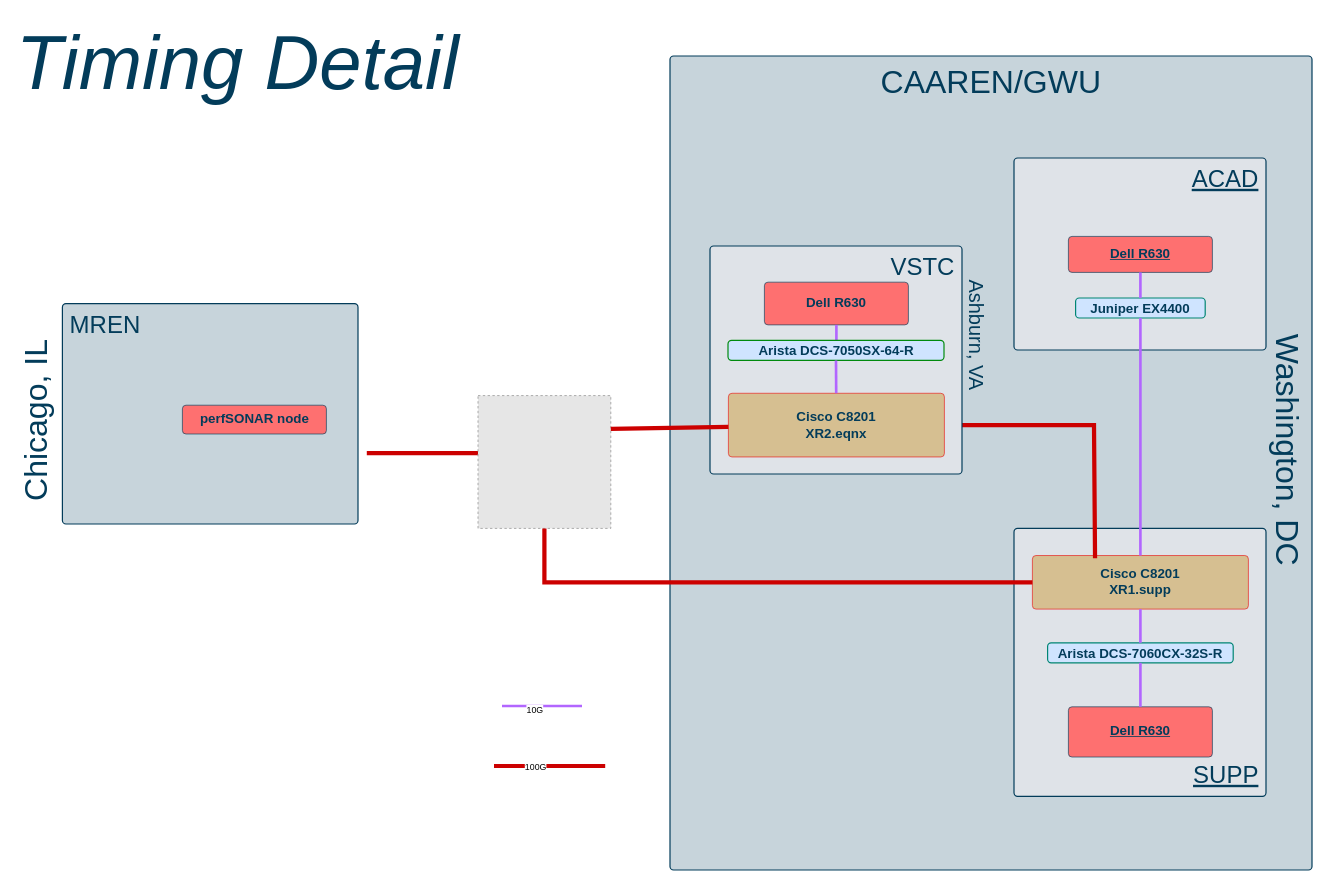
Earlier version of the draw.io diagram page "Timing Detail" (4 of 4) of Docs/diagrams/preso_diags.drawio (gwit-rts/SC26). Source tidied: cells renumbered, new cells numbered last; positions are measured from the earlier drawing's top-left corner, leaving out a move shared by most shapes. Both pictures are drawn from the tidied source at 80%, with x=0, y=0 at pixel (-70, 14). Pictures stored in the file or linked from it are replaced by grey dashed boxes.
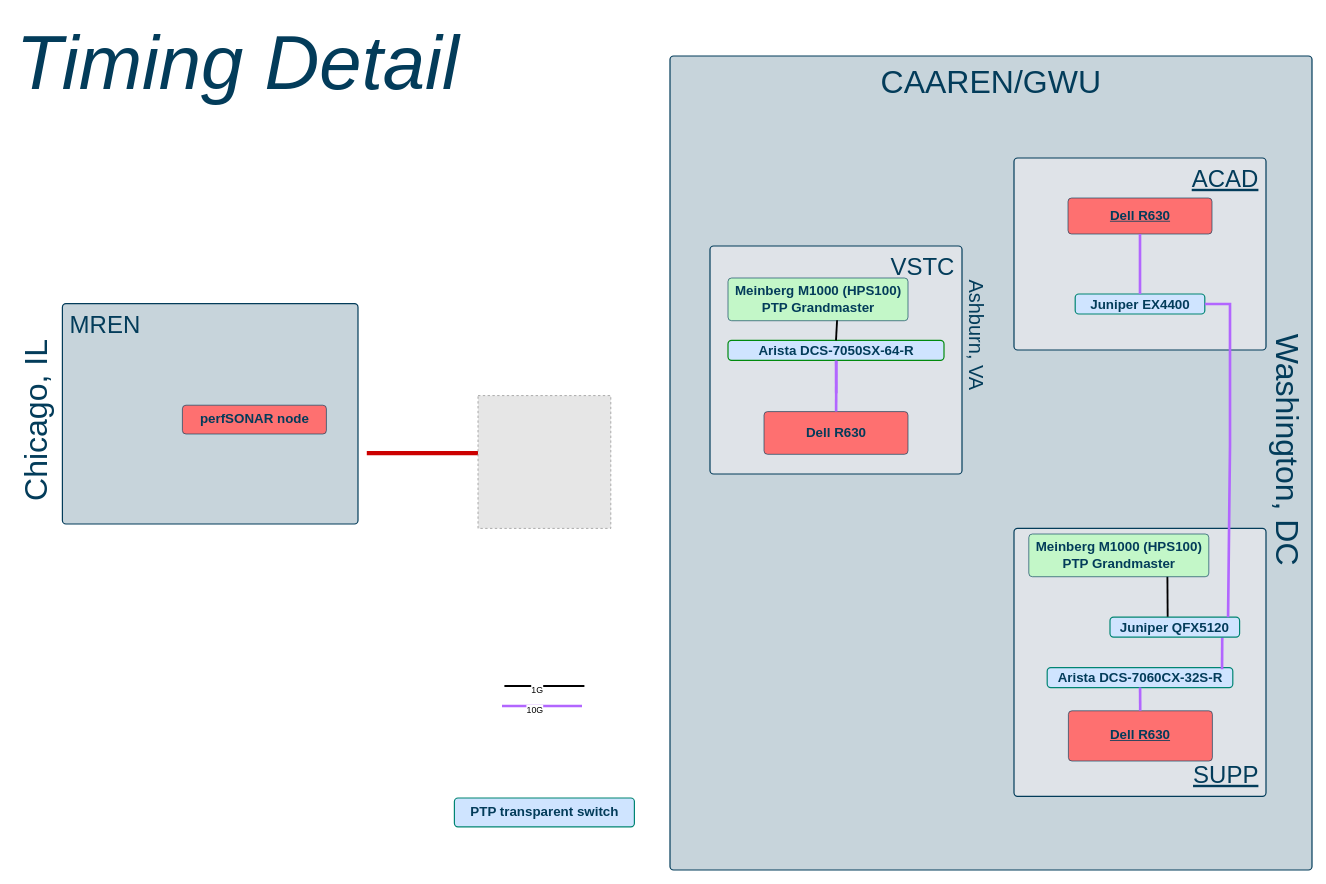
The same page after the edit.

The change refers to these unchanged cells:
```xml
<mxCell id="5" value="ACAD" style="html=1;overflow=block;blockSpacing=1;whiteSpace=wrap;fontSize=30;fontFamily=BankGothic Md BT;fontColor=#033c5a;fontStyle=4;align=right;spacing=9;verticalAlign=top;strokeColor=#033c5a;strokeOpacity=100;fillOpacity=100;rounded=1;absoluteArcSize=1;arcSize=9;fillColor=#dfe3e8;strokeWidth=1.5;lucidId=V_eDg5Tt6Buy;" parent="1" vertex="1">
  <mxGeometry x="1354" y="180" width="315" height="240" as="geometry" />
</mxCell>
<mxCell id="9" value="SUPP" style="html=1;overflow=block;blockSpacing=1;whiteSpace=wrap;fontSize=30;fontFamily=BankGothic Md BT;fontColor=#033c5a;fontStyle=4;align=right;spacing=9;verticalAlign=bottom;strokeColor=#033c5a;strokeOpacity=100;fillOpacity=100;rounded=1;absoluteArcSize=1;arcSize=9;fillColor=#dfe3e8;strokeWidth=1.5;lucidId=Y_eD_RNd7gCL;" parent="1" vertex="1">
  <mxGeometry x="1354" y="643" width="315" height="335" as="geometry" />
</mxCell>
<mxCell id="23" style="fillColor=#E6E6E6;strokeColor=#999999;dashed=1;html=1;whiteSpace=wrap;fontSize=13;spacing=0;" parent="1" vertex="1">
  <mxGeometry x="684" y="477" width="166" height="166" as="geometry" />
</mxCell>
<mxCell id="25" value="VSTC" style="html=1;overflow=block;blockSpacing=1;whiteSpace=wrap;fontSize=30;fontFamily=BankGothic Md BT;fontColor=#033c5a;align=right;spacing=9;verticalAlign=top;strokeColor=#033c5a;strokeOpacity=100;fillOpacity=100;rounded=1;absoluteArcSize=1;arcSize=9;fillColor=#dfe3e8;strokeWidth=1.5;lucidId=o-eDwDF9TWVq;" parent="24" vertex="1">
  <mxGeometry width="315" height="285" as="geometry" />
</mxCell>
<mxCell id="29" value="Arista DCS-7050SX-64-R" style="html=1;overflow=block;blockSpacing=1;whiteSpace=wrap;fontSize=16.7;fontColor=#033c5a;fontStyle=1;spacing=3.8;strokeColor=#008a0e;strokeOpacity=100;fillOpacity=100;rounded=1;absoluteArcSize=1;arcSize=9;fillColor=#cfe4ff;strokeWidth=1.5;lucidId=OTUf8oP9xVye;" parent="25" vertex="1">
  <mxGeometry x="22.5" y="118" width="270" height="25" as="geometry" />
</mxCell>
```

The edit, as a diff of the source:
```diff
@@
     <mxCell id="6" value="Dell R630" style="html=1;overflow=block;blockSpacing=1;whiteSpace=wrap;fontSize=16.7;fontColor=#033c5a;fontStyle=5;spacing=3.8;strokeColor=#033c5a;strokeOpacity=100;fillOpacity=100;rounded=1;absoluteArcSize=1;arcSize=9;fillColor=#fe7070;strokeWidth=0.8;lucidId=V_eDHLlnFxTE;" parent="5" vertex="1">
-      <mxGeometry x="68" y="98" width="180" height="45" as="geometry" />
+      <mxGeometry x="67.5" y="50" width="180" height="45" as="geometry" />
     </mxCell>
-    <mxCell id="7" value="Juniper EX4400&lt;div&gt;&lt;br/&gt;&lt;/div&gt;" style="html=1;overflow=block;blockSpacing=1;whiteSpace=wrap;fontSize=16.7;fontColor=#033c5a;fontStyle=1;spacing=3.8;strokeColor=#008573;strokeOpacity=100;fillOpacity=100;rounded=1;absoluteArcSize=1;arcSize=9;fillColor=#cfe4ff;strokeWidth=1.5;lucidId=X7wfHtqKZfrj;" parent="5" vertex="1">
-      <mxGeometry x="77" y="175" width="162" height="25" as="geometry" />
+    <mxCell id="7" value="Juniper EX4400&lt;div&gt;&lt;br&gt;&lt;/div&gt;" style="html=1;overflow=block;blockSpacing=1;whiteSpace=wrap;fontSize=16.7;fontColor=#033c5a;fontStyle=1;spacing=3.8;strokeColor=#008573;strokeOpacity=100;fillOpacity=100;rounded=1;absoluteArcSize=1;arcSize=9;fillColor=#cfe4ff;strokeWidth=1.5;lucidId=X7wfHtqKZfrj;" parent="5" vertex="1">
+      <mxGeometry x="76.5" y="170" width="162" height="25" as="geometry" />
     </mxCell>
@@
     <mxCell id="10" value="Dell R630" style="html=1;overflow=block;blockSpacing=1;whiteSpace=wrap;fontSize=16.7;fontColor=#033c5a;fontStyle=5;align=center;spacing=3.8;verticalAlign=middle;strokeColor=#033c5a;strokeOpacity=100;fillOpacity=100;rounded=1;absoluteArcSize=1;arcSize=9;fillColor=#fe7070;strokeWidth=0.8;lucidId=Y_eDprEDxGw4;" parent="9" vertex="1">
-      <mxGeometry x="68" y="223" width="180" height="62.8" as="geometry" />
+      <mxGeometry x="68" y="228" width="180" height="62.8" as="geometry" />
     </mxCell>
-    <mxCell id="11" value="Cisco C8201&#10;XR1.supp" style="html=1;overflow=block;blockSpacing=1;whiteSpace=wrap;fontSize=16.7;fontColor=#033c5a;fontStyle=1;spacing=3.8;strokeColor=#e81313;strokeOpacity=100;fillOpacity=100;rounded=1;absoluteArcSize=1;arcSize=9;fillColor=#d6bf91;strokeWidth=0.8;lucidId=mrgDjWinU2QZ;" parent="9" vertex="1">
-      <mxGeometry x="23" y="33.9" width="270" height="67" as="geometry" />
-    </mxCell>
     <mxCell id="12" value="Arista DCS-7060CX-32S-R&lt;div&gt;&lt;br/&gt;&lt;/div&gt;" style="html=1;overflow=block;blockSpacing=1;whiteSpace=wrap;fontSize=16.7;fontColor=#033c5a;fontStyle=1;spacing=3.8;strokeColor=#008573;strokeOpacity=100;fillOpacity=100;rounded=1;absoluteArcSize=1;arcSize=9;fillColor=#cfe4ff;strokeWidth=1.5;lucidId=X7wfFxec~E9U;" parent="9" vertex="1">
-      <mxGeometry x="42" y="143" width="232" height="25" as="geometry" />
+      <mxGeometry x="41.5" y="174" width="232" height="25" as="geometry" />
     </mxCell>
-    <mxCell id="13" style="html=1;jettySize=18;whiteSpace=wrap;fontSize=13;strokeColor=#B266FF;strokeOpacity=100;strokeWidth=3.3;rounded=0;startArrow=none;endArrow=none;lucidId=lufDUM_0T0XJ;fillColor=#FF0000;entryX=0.5;entryY=0;entryDx=0;entryDy=0;" parent="9" edge="1" source="11" target="12">
+    <mxCell id="13" style="html=1;jettySize=18;whiteSpace=wrap;fontSize=13;strokeColor=#B266FF;strokeOpacity=100;strokeWidth=3.3;rounded=0;startArrow=none;endArrow=none;lucidId=lufDUM_0T0XJ;fillColor=#FF0000;entryX=0.942;entryY=0.08;entryDx=0;entryDy=0;entryPerimeter=0;exitX=0.866;exitY=1.017;exitDx=0;exitDy=0;exitPerimeter=0;" parent="9" edge="1" source="36" target="12">
       <mxGeometry relative="1" as="geometry" />
     </mxCell>
@@
+    <mxCell id="36" value="&lt;div&gt;Juniper QFX5120&lt;/div&gt;" style="html=1;overflow=block;blockSpacing=1;whiteSpace=wrap;fontSize=16.7;fontColor=#033c5a;fontStyle=1;spacing=3.8;strokeColor=#008573;strokeOpacity=100;fillOpacity=100;rounded=1;absoluteArcSize=1;arcSize=9;fillColor=#cfe4ff;strokeWidth=1.5;lucidId=X7wfHtqKZfrj;" parent="9" vertex="1">
+      <mxGeometry x="120" y="111" width="162" height="25" as="geometry" />
+    </mxCell>
+    <mxCell id="37" style="html=1;jettySize=18;whiteSpace=wrap;fontSize=13;strokeColor=#000000;strokeOpacity=100;strokeWidth=2.3;rounded=0;startArrow=none;endArrow=none;lucidId=lufDUM_0T0XJ;fillColor=#FF0000;exitX=0.445;exitY=-0.019;exitDx=0;exitDy=0;exitPerimeter=0;entryX=0.77;entryY=0.97;entryDx=0;entryDy=0;entryPerimeter=0;" parent="9" edge="1" source="36" target="38">
+      <mxGeometry relative="1" as="geometry" />
+    </mxCell>
+    <mxCell id="38" value="Meinberg M1000 (HPS100)&lt;br&gt;PTP  Grandmaster" style="html=1;overflow=block;blockSpacing=1;whiteSpace=wrap;fontSize=16.7;fontColor=#033c5a;fontStyle=1;spacing=3.8;strokeColor=#033c5a;strokeOpacity=100;fillOpacity=100;rounded=1;absoluteArcSize=1;arcSize=9;fillColor=#c3f7c8;strokeWidth=0.8;lucidId=X7wfC7ZF_mXe;" parent="9" vertex="1">
+      <mxGeometry x="18.5" y="7" width="225" height="53.4" as="geometry" />
+    </mxCell>
@@
-    <mxCell id="18" style="html=1;jettySize=18;whiteSpace=wrap;fontSize=13;strokeColor=#B266FF;strokeOpacity=100;strokeWidth=3.3;rounded=0;startArrow=none;endArrow=none;lucidId=lufDUM_0T0XJ;fillColor=#FF0000;entryX=0.5;entryY=1;entryDx=0;entryDy=0;" parent="1" edge="1" source="11" target="7">
-      <mxGeometry relative="1" as="geometry" />
-    </mxCell>
-    <mxCell id="19" style="html=1;jettySize=18;whiteSpace=wrap;fontSize=13;strokeColor=#CC0000;strokeOpacity=100;strokeWidth=5.3;rounded=0;startArrow=none;endArrow=none;lucidId=lufDUM_0T0XJ;fillColor=#FF0000;exitX=0.29;exitY=0.052;exitDx=0;exitDy=0;exitPerimeter=0;" parent="1" edge="1" source="11" target="27">
-      <mxGeometry relative="1" as="geometry">
-        <Array as="points">
-          <mxPoint x="1454" y="513.8" />
-        </Array>
-      </mxGeometry>
-    </mxCell>
@@
     <mxCell id="26" value="Dell R630" style="html=1;overflow=block;blockSpacing=1;whiteSpace=wrap;fontSize=16.7;fontColor=#033c5a;fontStyle=1;align=center;spacing=3.8;verticalAlign=middle;strokeColor=#033c5a;strokeOpacity=100;fillOpacity=100;rounded=1;absoluteArcSize=1;arcSize=9;fillColor=#fe7070;strokeWidth=0.8;lucidId=o-eDUz0XqnH5;" parent="25" vertex="1">
-      <mxGeometry x="68" y="45.2" width="180" height="53.4" as="geometry" />
+      <mxGeometry x="67.5" y="207" width="180" height="53.4" as="geometry" />
     </mxCell>
-    <mxCell id="27" value="Cisco C8201&lt;br&gt;XR2.eqnx" style="html=1;overflow=block;blockSpacing=1;whiteSpace=wrap;fontSize=16.7;fontColor=#033c5a;fontStyle=1;spacing=3.8;strokeColor=#e81313;strokeOpacity=100;fillOpacity=100;rounded=1;absoluteArcSize=1;arcSize=9;fillColor=#d6bf91;strokeWidth=0.8;lucidId=mrgDjWinU2QZ;" parent="25" vertex="1">
-      <mxGeometry x="23" y="184.1" width="270" height="79.6" as="geometry" />
-    </mxCell>
@@
-    <mxCell id="30" style="html=1;jettySize=18;whiteSpace=wrap;fontSize=13;strokeColor=#B266FF;strokeOpacity=100;strokeWidth=3.3;rounded=0;startArrow=none;endArrow=none;lucidId=lufDUM_0T0XJ;fillColor=#FF0000;entryX=0.5;entryY=1;entryDx=0;entryDy=0;" parent="25" edge="1" source="27" target="29">
-      <mxGeometry relative="1" as="geometry" />
+    <mxCell id="30" style="html=1;jettySize=18;whiteSpace=wrap;fontSize=13;strokeColor=#B266FF;strokeOpacity=100;strokeWidth=3.3;rounded=0;startArrow=none;endArrow=none;lucidId=lufDUM_0T0XJ;fillColor=#FF0000;entryX=0.5;entryY=1;entryDx=0;entryDy=0;" parent="25" edge="1" target="29">
+      <mxGeometry relative="1" as="geometry">
+        <mxPoint x="157.8" y="184.1" as="sourcePoint" />
+      </mxGeometry>
     </mxCell>
+    <mxCell id="39" value="Meinberg M1000 (HPS100)&lt;br&gt;PTP  Grandmaster" style="html=1;overflow=block;blockSpacing=1;whiteSpace=wrap;fontSize=16.7;fontColor=#033c5a;fontStyle=1;spacing=3.8;strokeColor=#033c5a;strokeOpacity=100;fillOpacity=100;rounded=1;absoluteArcSize=1;arcSize=9;fillColor=#c3f7c8;strokeWidth=0.8;lucidId=X7wfC7ZF_mXe;" parent="25" vertex="1">
+      <mxGeometry x="22.5" y="40" width="225" height="53.4" as="geometry" />
+    </mxCell>
+    <mxCell id="40" style="html=1;jettySize=18;whiteSpace=wrap;fontSize=13;strokeColor=#000000;strokeOpacity=100;strokeWidth=2.3;rounded=0;startArrow=none;endArrow=none;lucidId=lufDUM_0T0XJ;fillColor=#FF0000;entryX=0.606;entryY=0.988;entryDx=0;entryDy=0;entryPerimeter=0;exitX=0.5;exitY=0;exitDx=0;exitDy=0;" parent="25" edge="1" source="29" target="39">
+      <mxGeometry relative="1" as="geometry" />
+    </mxCell>
@@
-    <mxCell id="32" style="html=1;jettySize=18;whiteSpace=wrap;fontSize=13;strokeColor=#CC0000;strokeOpacity=100;strokeWidth=5.3;rounded=0;startArrow=none;endArrow=none;lucidId=lufDUM_0T0XJ;fillColor=#FF0000;entryX=0.5;entryY=1;entryDx=0;entryDy=0;" parent="1" edge="1" source="11" target="23">
-      <mxGeometry relative="1" as="geometry">
-        <Array as="points">
-          <mxPoint x="767" y="710.4" />
-        </Array>
-      </mxGeometry>
-    </mxCell>
-    <mxCell id="33" style="html=1;jettySize=18;whiteSpace=wrap;fontSize=13;strokeColor=#CC0000;strokeOpacity=100;strokeWidth=5.3;rounded=0;startArrow=none;endArrow=none;lucidId=lufDUM_0T0XJ;fillColor=#FF0000;entryX=1;entryY=0.25;entryDx=0;entryDy=0;" parent="1" edge="1" source="27" target="23">
-      <mxGeometry relative="1" as="geometry" />
-    </mxCell>
-    <mxCell id="34" style="html=1;jettySize=18;whiteSpace=wrap;fontSize=13;strokeColor=#CC0000;strokeOpacity=100;strokeWidth=5.3;rounded=0;startArrow=none;endArrow=none;lucidId=lufDUM_0T0XJ;fillColor=#FF0000;" parent="1" edge="1">
-      <mxGeometry relative="1" as="geometry">
-        <mxPoint x="843" y="940" as="sourcePoint" />
-        <mxPoint x="704" y="940" as="targetPoint" />
-      </mxGeometry>
-    </mxCell>
-    <mxCell id="35" value="100G" style="edgeLabel;html=1;align=center;verticalAlign=middle;" parent="34" vertex="1">
-      <mxGeometry x="0.27" relative="1" as="geometry" />
-    </mxCell>
+    <mxCell id="41" style="html=1;jettySize=18;whiteSpace=wrap;fontSize=13;strokeColor=#000000;strokeOpacity=100;strokeWidth=2.3;rounded=0;startArrow=none;endArrow=none;lucidId=lufDUM_0T0XJ;fillColor=#FF0000;" parent="1" edge="1">
+      <mxGeometry relative="1" as="geometry">
+        <mxPoint x="717" y="840" as="sourcePoint" />
+        <mxPoint x="817" y="840" as="targetPoint" />
+      </mxGeometry>
+    </mxCell>
+    <mxCell id="42" value="1G" style="edgeLabel;html=1;align=center;verticalAlign=middle;" parent="41" vertex="1">
+      <mxGeometry x="-0.36" y="-4" relative="1" as="geometry">
+        <mxPoint x="8" as="offset" />
+      </mxGeometry>
+    </mxCell>
+    <mxCell id="43" style="html=1;jettySize=18;whiteSpace=wrap;fontSize=13;strokeColor=#B266FF;strokeOpacity=100;strokeWidth=3.3;rounded=0;startArrow=none;endArrow=none;lucidId=lufDUM_0T0XJ;fillColor=#FF0000;entryX=1;entryY=0.5;entryDx=0;entryDy=0;exitX=0.911;exitY=0.002;exitDx=0;exitDy=0;exitPerimeter=0;" parent="1" edge="1" source="36" target="7">
+      <mxGeometry relative="1" as="geometry">
+        <Array as="points">
+          <mxPoint x="1624" y="540" />
+          <mxPoint x="1624" y="362.5" />
+        </Array>
+      </mxGeometry>
+    </mxCell>
+    <mxCell id="44" value="PTP transparent switch" style="html=1;overflow=block;blockSpacing=1;whiteSpace=wrap;fontSize=16.7;fontColor=#033c5a;fontStyle=1;spacing=3.8;strokeColor=#008573;strokeOpacity=100;fillOpacity=100;rounded=1;absoluteArcSize=1;arcSize=9;fillColor=#cfe4ff;strokeWidth=1.5;lucidId=TdjDzcR19hD-;" parent="1" vertex="1">
+      <mxGeometry x="654.5" y="980" width="225" height="36" as="geometry" />
+    </mxCell>
```
